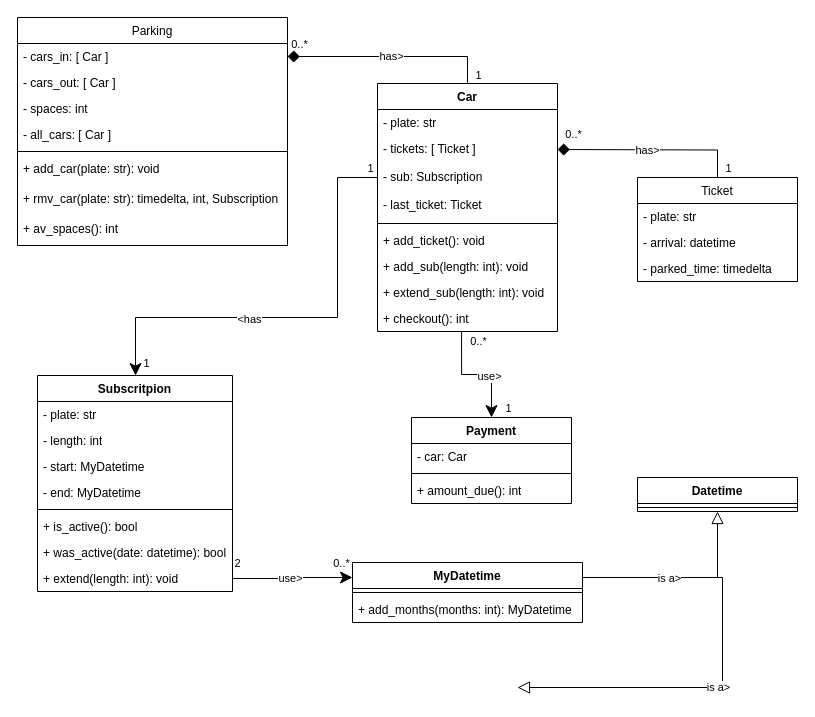
This is uml.drawio from toruke/2tm1_ParkEase, a draw.io file, before an edit. Source tidied: cells renumbered, new cells numbered last; positions are measured from the earlier drawing's top-left corner, leaving out a move shared by most shapes. Both pictures are drawn from the tidied source at 100%, with x=0, y=0 at pixel (17, 17).
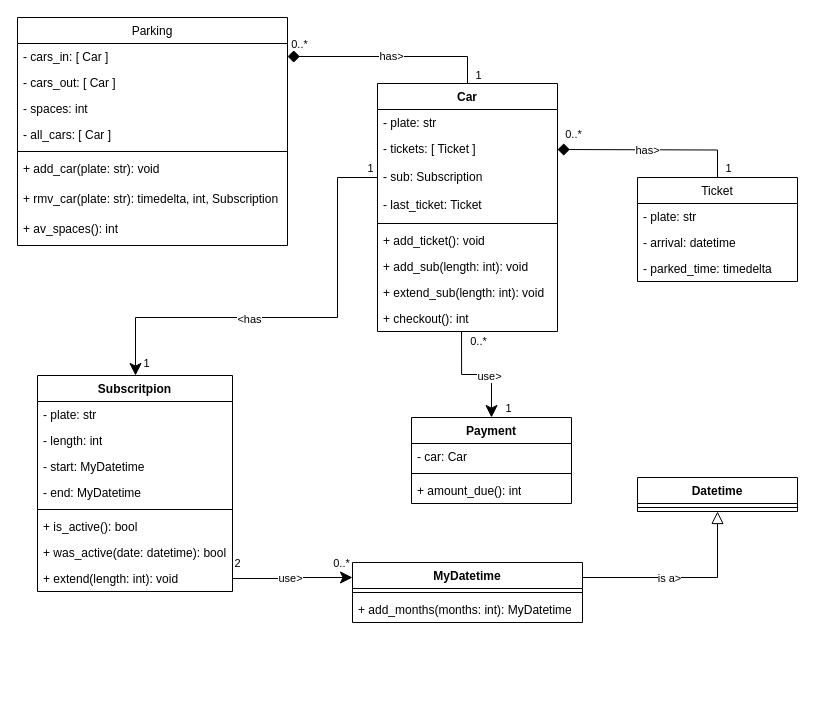
Above is the later version.

Commit message:
Mettre à jour uml.drawio

The change refers to these unchanged cells:
```xml
<mxCell id="49" value="MyDatetime" style="swimlane;fontStyle=1;align=center;verticalAlign=top;horizontal=1;startSize=26;whiteSpace=wrap;html=1;" parent="1" vertex="1">
  <mxGeometry x="335" y="545" width="230" height="60" as="geometry" />
</mxCell>
```

The edit, as a diff of the source:
```diff
@@
-    <mxCell id="45" style="edgeStyle=orthogonalEdgeStyle;rounded=0;jettySize=auto;html=1;exitX=1;exitY=0.25;exitDx=0;exitDy=0;endArrow=block;endFill=0;endSize=10;entryX=0.528;entryY=1.103;entryDx=0;entryDy=0;entryPerimeter=0;" parent="1" edge="1" source="49">
-      <mxGeometry relative="1" as="geometry">
-        <mxPoint x="500" y="670" as="targetPoint" />
-        <Array as="points">
-          <mxPoint x="705" y="560" />
-        </Array>
-      </mxGeometry>
-    </mxCell>
-    <mxCell id="46" value="is a&amp;gt;" style="edgeLabel;html=1;align=center;verticalAlign=middle;" parent="45" vertex="1">
-      <mxGeometry x="0.12" y="-1" relative="1" as="geometry" />
-    </mxCell>
```
